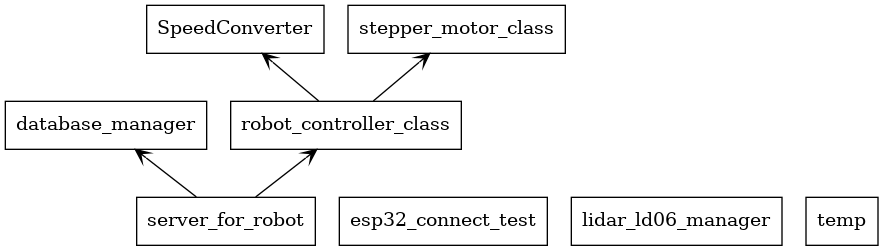
This is packages_RobotController.png from FranckieGoes/Turtle, a Graphviz export, as it was before one commit. Its source is kept beside it as packages_RobotController.dot. Source of this version:
```dot
digraph "packages_RobotController" {
rankdir=BT
charset="utf-8"
"SpeedConverter" [color="black", label=<SpeedConverter>, shape="box", style="solid"];
"database_manager" [color="black", label=<database_manager>, shape="box", style="solid"];
"esp32_connect_test" [color="black", label=<esp32_connect_test>, shape="box", style="solid"];
"lidar_ld06_manager" [color="black", label=<lidar_ld06_manager>, shape="box", style="solid"];
"robot_controller_class" [color="black", label=<robot_controller_class>, shape="box", style="solid"];
"server_for_robot" [color="black", label=<server_for_robot>, shape="box", style="solid"];
"stepper_motor_class" [color="black", label=<stepper_motor_class>, shape="box", style="solid"];
"temp" [color="black", label=<temp>, shape="box", style="solid"];
"robot_controller_class" -> "SpeedConverter" [arrowhead="open", arrowtail="none"];
"robot_controller_class" -> "stepper_motor_class" [arrowhead="open", arrowtail="none"];
"server_for_robot" -> "database_manager" [arrowhead="open", arrowtail="none"];
"server_for_robot" -> "robot_controller_class" [arrowhead="open", arrowtail="none"];
}
```
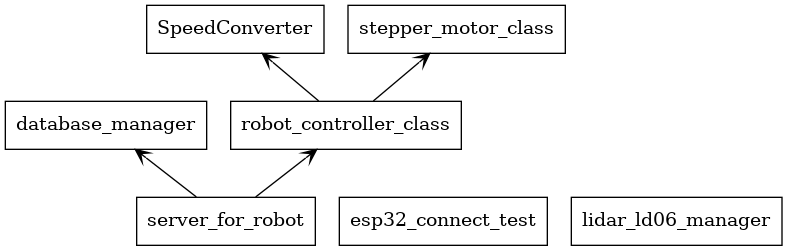
The same file after the commit.

The edit, as a diff of the source:
```diff
@@ -8,7 +8,6 @@
 "robot_controller_class" [color="black", label=<robot_controller_class>, shape="box", style="solid"];
 "server_for_robot" [color="black", label=<server_for_robot>, shape="box", style="solid"];
 "stepper_motor_class" [color="black", label=<stepper_motor_class>, shape="box", style="solid"];
-"temp" [color="black", label=<temp>, shape="box", style="solid"];
 "robot_controller_class" -> "SpeedConverter" [arrowhead="open", arrowtail="none"];
 "robot_controller_class" -> "stepper_motor_class" [arrowhead="open", arrowtail="none"];
 "server_for_robot" -> "database_manager" [arrowhead="open", arrowtail="none"];
```
